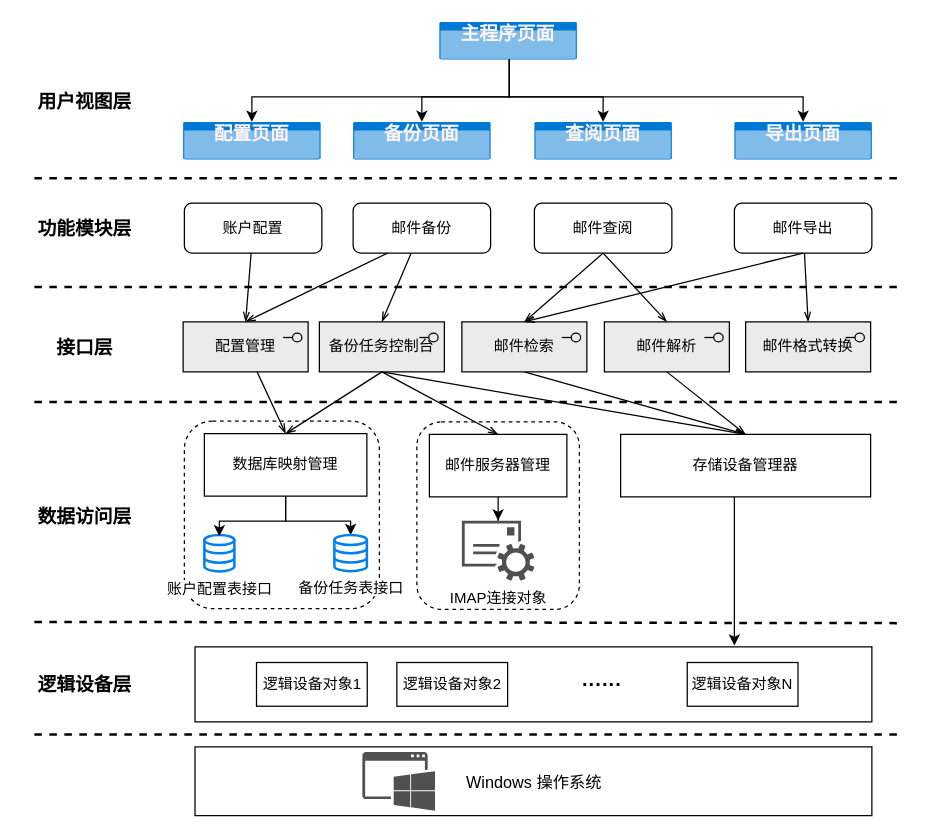
Earlier version of the draw.io diagram page "第 2 页" (2 of 2) of 第三章关键问题.drawio (GreenTee-color/Documents). Source tidied: cells renumbered, new cells numbered last; positions are measured from the earlier drawing's top-left corner, leaving out a move shared by most shapes. Both pictures are drawn from the tidied source at 125%, with x=0, y=0 at pixel (21, 21).
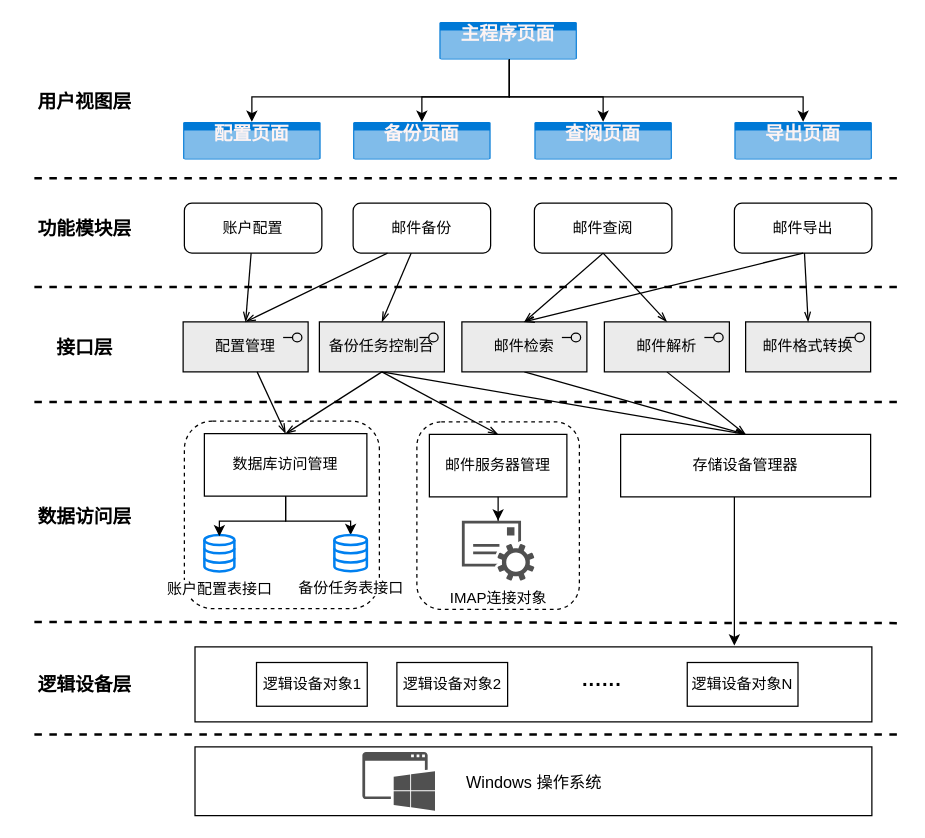
After the change.

The change refers to these unchanged cells:
```xml
<mxCell id="34" style="group;" parent="1" vertex="1">
  <mxGeometry x="146" y="329.4" width="150" height="150" as="geometry" />
</mxCell>
```

The edit, as a diff of the source:
```diff
@@
-    <mxCell id="37" value="&lt;span&gt;数据库映射管理&lt;/span&gt;" style="html=1;whiteSpace=wrap;fontStyle=0;" parent="34" vertex="1">
+    <mxCell id="37" value="数据库访问管理" style="html=1;whiteSpace=wrap;fontStyle=0;" parent="34" vertex="1">
       <mxGeometry width="130" height="50" as="geometry" />
     </mxCell>
```
